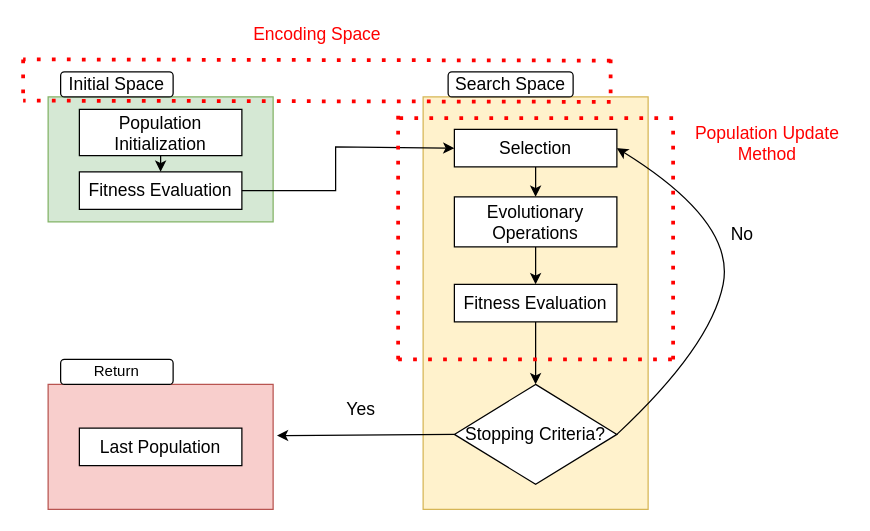
Above: page "Page-4" (4 of 4) of paper/seminar.drawio in duclos-cavalcanti/tum-msei-seminar (draw.io), before the change. Source tidied: cells renumbered, new cells numbered last; positions are measured from the earlier drawing's top-left corner, leaving out a move shared by most shapes. Both pictures are drawn from the tidied source at 125%, with x=0, y=0 at pixel (22, 21).
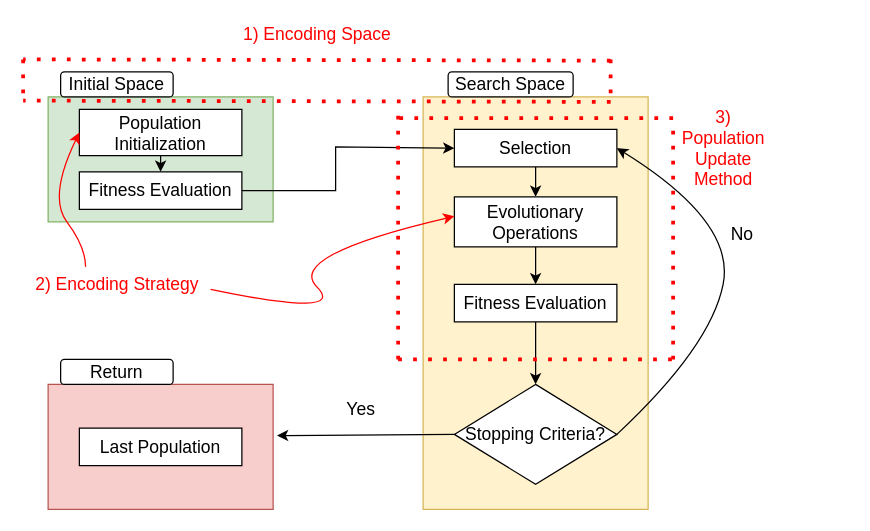
The same diagram, later.

Unchanged cells that the change refers to:
```xml
<mxCell id="5" value="&lt;font style=&quot;font-size: 14px;&quot;&gt;Population Initialization&lt;/font&gt;" style="rounded=0;whiteSpace=wrap;html=1;" parent="1" vertex="1">
  <mxGeometry x="45" y="70" width="130" height="37" as="geometry" />
</mxCell>
```

Diff of the diagram source:
```diff
@@
-    <mxCell id="12" value="Return" style="rounded=1;whiteSpace=wrap;html=1;" parent="1" vertex="1">
+    <mxCell id="12" value="&lt;font style=&quot;font-size: 14px;&quot;&gt;Return&lt;/font&gt;" style="rounded=1;whiteSpace=wrap;html=1;" parent="1" vertex="1">
       <mxGeometry x="30" y="270" width="90" height="20" as="geometry" />
     </mxCell>
@@
-    <mxCell id="28" value="&lt;div&gt;&lt;font color=&quot;#FF0000&quot;&gt;Population Update&lt;/font&gt;&lt;/div&gt;&lt;div&gt;&lt;font color=&quot;#FF0000&quot;&gt;Method&lt;br&gt;&lt;/font&gt;&lt;/div&gt;" style="text;html=1;align=center;verticalAlign=middle;strokeColor=none;fillColor=none;fontSize=14;" parent="1" vertex="1">
-      <mxGeometry x="530" y="77" width="130" height="40" as="geometry" />
+    <mxCell id="28" value="&lt;font color=&quot;#FF0000&quot;&gt;3) &lt;/font&gt;&lt;br&gt;&lt;div&gt;&lt;font color=&quot;#FF0000&quot;&gt;Population &lt;br&gt;&lt;/font&gt;&lt;/div&gt;&lt;div&gt;&lt;font color=&quot;#FF0000&quot;&gt;Update&lt;/font&gt;&lt;/div&gt;&lt;div&gt;&lt;font color=&quot;#FF0000&quot;&gt;Method&lt;br&gt;&lt;/font&gt;&lt;/div&gt;" style="text;html=1;align=center;verticalAlign=middle;strokeColor=none;fillColor=none;fontSize=14;" parent="1" vertex="1">
+      <mxGeometry x="520" y="66" width="80" height="70" as="geometry" />
     </mxCell>
@@
-    <mxCell id="33" value="&lt;font color=&quot;#FF0000&quot;&gt;Encoding Space&lt;/font&gt;" style="text;html=1;align=center;verticalAlign=middle;strokeColor=none;fillColor=none;fontSize=14;" parent="1" vertex="1">
-      <mxGeometry x="175" width="120" height="20" as="geometry" />
+    <mxCell id="33" value="&lt;font color=&quot;#FF0000&quot;&gt;1) Encoding Space&lt;/font&gt;" style="text;html=1;align=center;verticalAlign=middle;strokeColor=none;fillColor=none;fontSize=14;" parent="1" vertex="1">
+      <mxGeometry x="170" width="130" height="20" as="geometry" />
     </mxCell>
+    <mxCell id="34" value="&lt;font color=&quot;#FF0000&quot;&gt;2) Encoding Strategy&lt;/font&gt;" style="text;html=1;align=center;verticalAlign=middle;points=[];strokeColor=none;fillColor=none;fontSize=14;" parent="1" vertex="1">
+      <mxGeometry y="200" width="150" height="20" as="geometry" />
+    </mxCell>
+    <mxCell id="35" style="curved=1;endArrow=classic;html=1;rounded=0;fontSize=14;fontColor=#FF0000;strokeColor=#FF0000;strokeWidth=1;exitX=0.333;exitY=-0.2;exitDx=0;exitDy=0;exitPerimeter=0;entryX=0;entryY=0.5;entryDx=0;entryDy=0;" parent="1" edge="1" source="34" target="5">
+      <mxGeometry relative="1" as="geometry">
+        <Array as="points">
+          <mxPoint x="50" y="180" />
+          <mxPoint x="20" y="140" />
+        </Array>
+      </mxGeometry>
+    </mxCell>
+    <mxCell id="36" style="curved=1;endArrow=classic;html=1;rounded=0;fontSize=14;fontColor=#FF0000;strokeColor=#FF0000;strokeWidth=1;exitX=1;exitY=0.7;exitDx=0;exitDy=0;exitPerimeter=0;entryX=0;entryY=0.5;entryDx=0;entryDy=0;" parent="1" edge="1" source="34">
+      <mxGeometry relative="1" as="geometry">
+        <mxPoint x="345" y="155.5" as="targetPoint" />
+        <Array as="points">
+          <mxPoint x="260" y="237" />
+          <mxPoint x="210" y="187" />
+        </Array>
+      </mxGeometry>
+    </mxCell>
```
